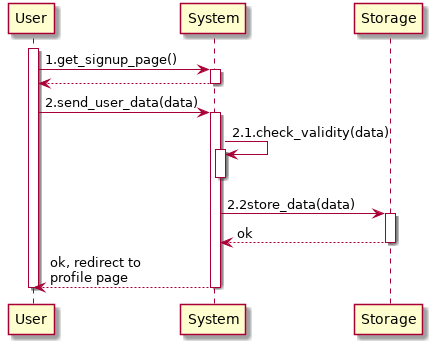
This is RASD/images/useCases/sign_up.png from GiorgioUghini/SafeStreets, a PlantUML export, as it was before one commit.
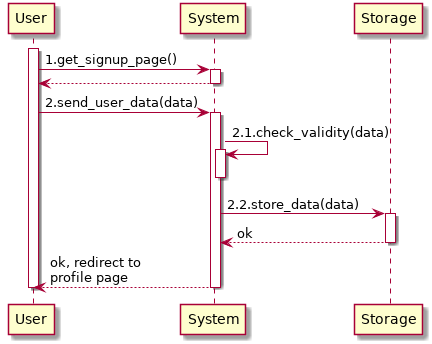
The same file after the commit.

Change to the diagram source:
```diff
@@ -11,7 +11,7 @@
     U -> S: 2.send_user_data(data)
     S -> S: 2.1.check_validity(data)
     deactivate S
-    S -> ST: 2.2store_data(data)
+    S -> ST: 2.2.store_data(data)
     return ok
     return ok, redirect to\nprofile page
     deactivate U
```
